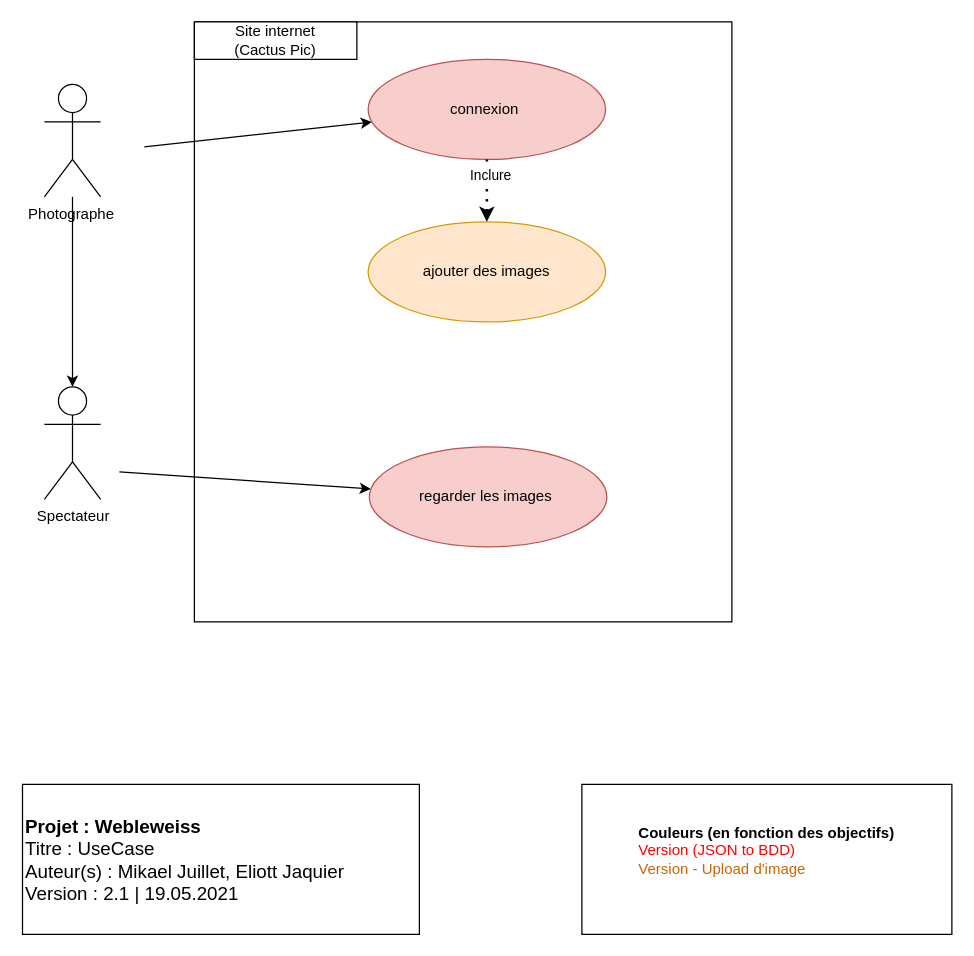
Before: Documentation/UseCase/UseCase.drawio in NicolasGlassey/PROJWEB_WEBELWEISS, a draw.io diagram. Source tidied: cells renumbered, new cells numbered last; positions are measured from the earlier drawing's top-left corner, leaving out a move shared by most shapes. Both pictures are drawn from the tidied source at 125%, with x=0, y=0 at pixel (21, 21).
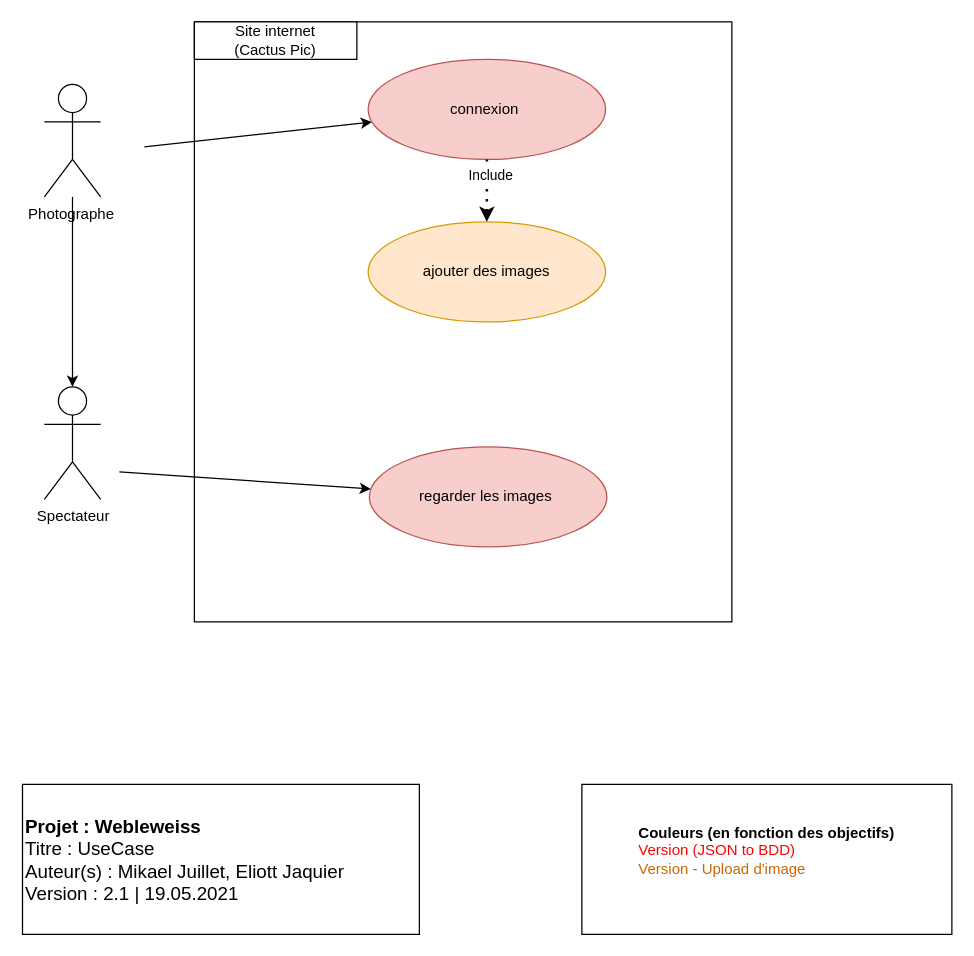
The same page after the edit.

Commit message:
Changing inclure en Include

Change to the diagram source:
```diff
@@
 <mxGraphModel>
   <root>
     <mxCell id="0" />
     <mxCell id="1" parent="0" />
     <mxCell id="2" style="rounded=0;whiteSpace=wrap;html=1;fillColor=none;align=left;" parent="1" vertex="1">
       <mxGeometry x="138" width="430" height="480" as="geometry" />
     </mxCell>
     <mxCell id="3" style="edgeStyle=orthogonalEdgeStyle;rounded=0;jettySize=auto;html=1;" parent="1" edge="1" source="4" target="5">
       <mxGeometry relative="1" as="geometry" />
     </mxCell>
     <mxCell id="4" value="Photographe&amp;nbsp;" style="shape=umlActor;verticalLabelPosition=bottom;verticalAlign=top;html=1;outlineConnect=0;" parent="1" vertex="1">
       <mxGeometry x="18" y="50" width="45" height="90" as="geometry" />
     </mxCell>
     <mxCell id="5" value="Spectateur" style="shape=umlActor;verticalLabelPosition=bottom;verticalAlign=top;html=1;outlineConnect=0;" parent="1" vertex="1">
       <mxGeometry x="18" y="292" width="45" height="90" as="geometry" />
     </mxCell>
     <mxCell id="6" style="endArrow=classic;html=1;" parent="1" edge="1" target="7">
       <mxGeometry relative="1" as="geometry">
         <mxPoint x="78" y="360" as="sourcePoint" />
       </mxGeometry>
     </mxCell>
     <mxCell id="7" value="regarder les images&amp;nbsp;" style="ellipse;whiteSpace=wrap;html=1;fillColor=#f8cecc;strokeColor=#b85450;" parent="1" vertex="1">
       <mxGeometry x="278" y="340" width="190" height="80" as="geometry" />
     </mxCell>
     <mxCell id="8" style="endArrow=classic;html=1;" parent="1" edge="1" target="9">
       <mxGeometry relative="1" as="geometry">
         <mxPoint x="98" y="100" as="sourcePoint" />
       </mxGeometry>
     </mxCell>
     <mxCell id="9" value="connexion&amp;nbsp;" style="ellipse;whiteSpace=wrap;html=1;fillColor=#f8cecc;strokeColor=#b85450;" parent="1" vertex="1">
       <mxGeometry x="277" y="30" width="190" height="80" as="geometry" />
     </mxCell>
     <mxCell id="10" value="&lt;div style=&quot;font-size: 15px&quot;&gt;&lt;b&gt;Projet : Webleweiss&lt;/b&gt;&lt;/div&gt;&lt;div style=&quot;font-size: 15px&quot;&gt;Titre : UseCase&lt;/div&gt;&lt;div style=&quot;font-size: 15px&quot;&gt;Auteur(s) : Mikael Juillet, Eliott Jaquier&lt;/div&gt;&lt;span style=&quot;font-size: 15px&quot;&gt;Version : 2.1 | 19.05.2021&lt;br&gt;&lt;/span&gt;" style="rounded=0;whiteSpace=wrap;html=1;align=left;" parent="1" vertex="1">
       <mxGeometry x="0.5" y="610" width="317.5" height="120" as="geometry" />
     </mxCell>
     <mxCell id="11" value="&lt;b&gt;Couleurs (en fonction des objectifs)&lt;/b&gt;&lt;br&gt;&lt;div style=&quot;text-align: left&quot;&gt;&lt;font color=&quot;#ff0000&quot;&gt;Version (JSON to BDD)&lt;/font&gt;&lt;/div&gt;&lt;div style=&quot;text-align: left&quot;&gt;&lt;font color=&quot;#cc6600&quot;&gt;Version - Upload d'image&lt;/font&gt;&lt;/div&gt;&lt;div style=&quot;text-align: left&quot;&gt;&lt;br&gt;&lt;/div&gt;" style="rounded=0;whiteSpace=wrap;html=1;" parent="1" vertex="1">
       <mxGeometry x="448" y="610" width="296" height="120" as="geometry" />
     </mxCell>
     <mxCell id="12" value="ajouter des images" style="ellipse;whiteSpace=wrap;html=1;fillColor=#ffe6cc;strokeColor=#d79b00;" parent="1" vertex="1">
       <mxGeometry x="277" y="160" width="190" height="80" as="geometry" />
     </mxCell>
     <mxCell id="13" style="endArrow=none;dashed=1;html=1;dashPattern=1 3;strokeWidth=2;startArrow=classic;startFill=1;entryX=0.5;entryY=1;entryDx=0;entryDy=0;exitX=0.5;exitY=0;exitDx=0;exitDy=0;" parent="1" edge="1" source="12" target="9">
       <mxGeometry relative="1" as="geometry" />
     </mxCell>
-    <mxCell id="14" value="Inclure" style="edgeLabel;html=1;align=center;verticalAlign=middle;" parent="13" vertex="1">
+    <mxCell id="14" value="Include" style="edgeLabel;html=1;align=center;verticalAlign=middle;" parent="13" vertex="1">
       <mxGeometry x="0.5" y="-2" relative="1" as="geometry" />
     </mxCell>
     <mxCell id="15" value="Site internet &lt;br&gt;(Cactus Pic)" style="rounded=0;whiteSpace=wrap;html=1;" parent="1" vertex="1">
       <mxGeometry x="138" width="130" height="30" as="geometry" />
     </mxCell>
   </root>
 </mxGraphModel>
```
